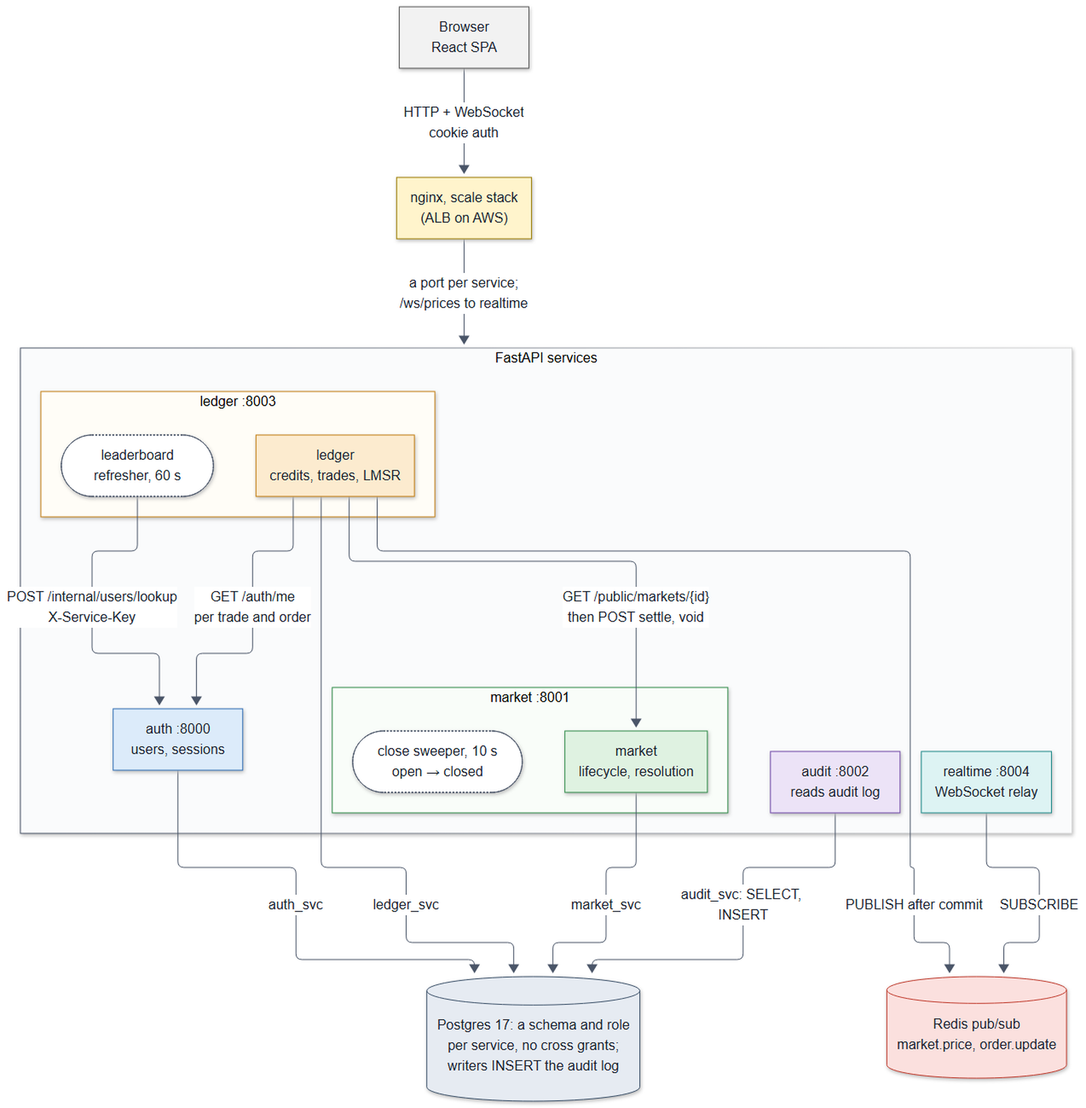
Before: docs/diagrams/rendered/01-system-architecture.png, a diagram exported from Mermaid (decker757/CS464). Its source is kept beside it as docs/diagrams/01-system-architecture.mmd.
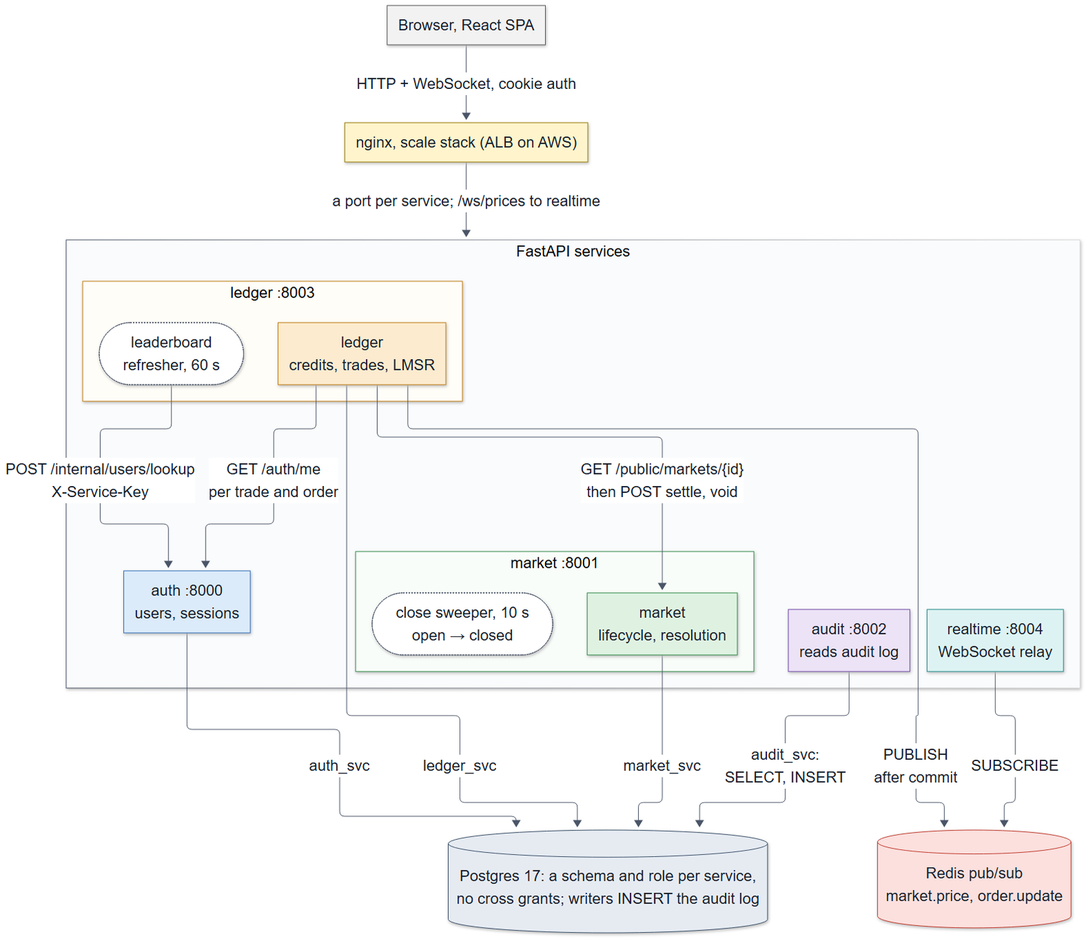
After the change.

Change to the diagram source:
```diff
@@ -1,8 +1,8 @@
-%%{init: {"flowchart": {"wrappingWidth": 320}}}%%
+%%{init: {"elk": {"lineHops": false}, "flowchart": {"wrappingWidth": 500}, "themeVariables": {"fontSize": "22px"}}}%%
 flowchart TB
-    browser["Browser<br/>React SPA"]:::browser
-    nginx["nginx, scale stack<br/>(ALB on AWS)"]:::edge
-    browser -->|"HTTP + WebSocket<br/>cookie auth"| nginx
+    browser["Browser, React SPA"]:::browser
+    nginx["nginx, scale stack (ALB on AWS)"]:::edge
+    browser -->|"HTTP + WebSocket, cookie auth"| nginx
 
     subgraph svc["FastAPI services"]
         direction LR
@@ -21,21 +21,21 @@
         realtime["realtime :8004<br/>WebSocket relay"]:::realtime
     end
 
-    nginx -->|"a port per service;<br/>/ws/prices to realtime"| svc
+    nginx -->|"a port per service; /ws/prices to realtime"| svc
 
-    ledger -->|"GET /auth/me<br/>per trade and order"| auth
-    refresher -->|"POST /internal/users/lookup<br/>X-Service-Key"| auth
-    ledger -->|"GET /public/markets/{id}<br/>then POST settle, void"| market
+    ledger -->|"GET /auth/me<br/>per trade and order"| auth
+    refresher -->|"POST /internal/users/lookup<br/>X-Service-Key"| auth
+    ledger -->|"GET /public/markets/{id}<br/>then POST settle, void"| market
 
-    pg[("Postgres 17: a schema and role<br/>per service, no cross grants;<br/>writers INSERT the audit log")]:::pg
+    pg[("Postgres 17: a schema and role per service,<br/>no cross grants; writers INSERT the audit log")]:::pg
     redis[("Redis pub/sub<br/>market.price, order.update")]:::redis
 
     auth -->|"auth_svc"| pg
     market -->|"market_svc"| pg
     ledger -->|"ledger_svc"| pg
-    audit -->|"audit_svc: SELECT, INSERT"| pg
+    audit -->|"audit_svc:<br/>SELECT, INSERT"| pg
 
-    ledger -->|"PUBLISH after commit"| redis
+    ledger -->|"PUBLISH<br/>after commit"| redis
     realtime -->|"SUBSCRIBE"| redis
 
     classDef browser  fill:#F2F2F2,stroke:#555555,color:#1A202C
```
